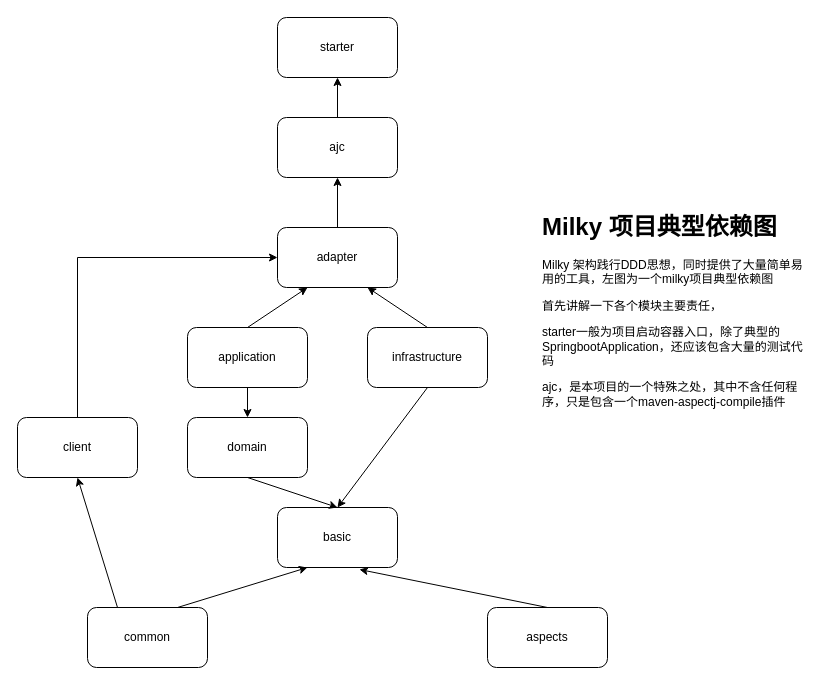
Earlier version of the draw.io diagram page "Page-1" (1 of 2) of demo/dependency-relation.drawio (chuanghou/milky). Source tidied: cells renumbered, new cells numbered last; positions are measured from the earlier drawing's top-left corner, leaving out a move shared by most shapes. Both pictures are drawn from the tidied source at 100%, with x=0, y=0 at pixel (17, 17).
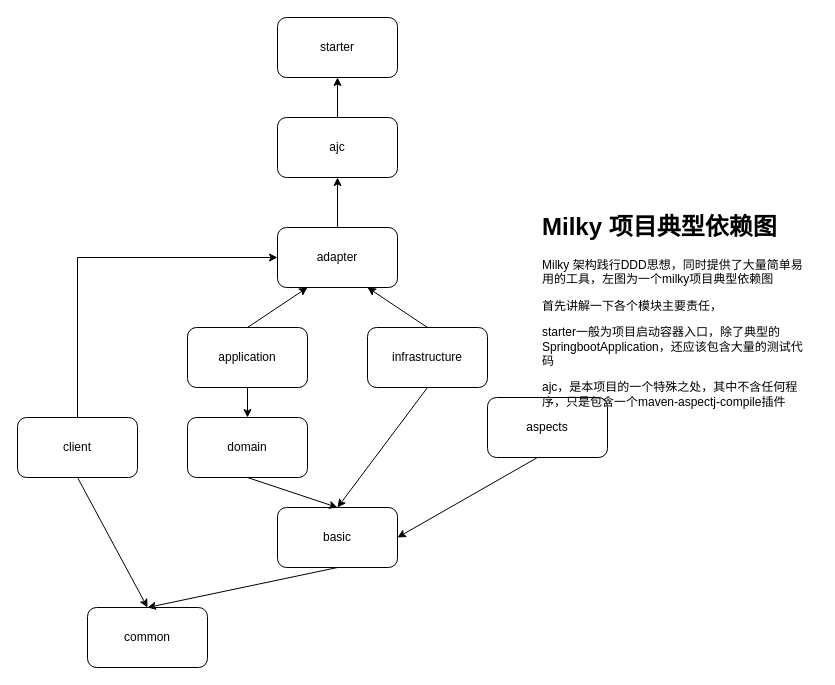
The same diagram, later.

Unchanged cells that the change refers to:
```xml
<mxCell id="9" value="basic" style="rounded=1;whiteSpace=wrap;html=1;" parent="1" vertex="1">
  <mxGeometry x="260" y="490" width="120" height="60" as="geometry" />
</mxCell>
<mxCell id="11" value="client" style="rounded=1;whiteSpace=wrap;html=1;" parent="1" vertex="1">
  <mxGeometry y="400" width="120" height="60" as="geometry" />
</mxCell>
<mxCell id="14" value="common" style="rounded=1;whiteSpace=wrap;html=1;" parent="1" vertex="1">
  <mxGeometry x="70" y="590" width="120" height="60" as="geometry" />
</mxCell>
<mxCell id="22" value="&lt;h1&gt;Milky 项目典型依赖图&lt;/h1&gt;&lt;p&gt;Milky 架构践行DDD思想，同时提供了大量简单易用的工具，左图为一个milky项目典型依赖图&lt;/p&gt;&lt;p&gt;首先讲解一下各个模块主要责任，&lt;/p&gt;&lt;p&gt;starter一般为项目启动容器入口，除了典型的SpringbootApplication，还应该包含大量的测试代码&lt;/p&gt;&lt;p&gt;ajc，是本项目的一个特殊之处，其中不含任何程序，只是包含一个maven-aspectj-compile插件&lt;/p&gt;&lt;p&gt;&lt;br&gt;&lt;/p&gt;" style="text;html=1;strokeColor=none;fillColor=none;spacing=5;spacingTop=-20;whiteSpace=wrap;overflow=hidden;rounded=0;" parent="1" vertex="1">
  <mxGeometry x="520" y="190" width="280" height="390" as="geometry" />
</mxCell>
```

Diff of the diagram source:
```diff
@@
-    <mxCell id="13" style="endArrow=classic;html=1;rounded=0;exitX=0.25;exitY=0;exitDx=0;exitDy=0;entryX=0.5;entryY=1;entryDx=0;entryDy=0;" parent="1" edge="1" source="14" target="11">
-      <mxGeometry relative="1" as="geometry" />
-    </mxCell>
@@
-    <mxCell id="15" style="endArrow=classic;html=1;rounded=0;entryX=0.25;entryY=1;entryDx=0;entryDy=0;exitX=0.75;exitY=0;exitDx=0;exitDy=0;" parent="1" edge="1" source="14" target="9">
-      <mxGeometry relative="1" as="geometry" />
-    </mxCell>
@@
     <mxCell id="20" value="aspects" style="rounded=1;whiteSpace=wrap;html=1;" parent="1" vertex="1">
-      <mxGeometry x="470" y="590" width="120" height="60" as="geometry" />
+      <mxGeometry x="470" y="380" width="120" height="60" as="geometry" />
     </mxCell>
-    <mxCell id="21" style="endArrow=classic;html=1;rounded=0;entryX=0.683;entryY=1.033;entryDx=0;entryDy=0;exitX=0.5;exitY=0;exitDx=0;exitDy=0;entryPerimeter=0;" parent="1" edge="1" source="20" target="9">
-      <mxGeometry relative="1" as="geometry" />
-    </mxCell>
@@
+    <mxCell id="24" style="endArrow=classic;html=1;rounded=0;exitX=0;exitY=0.641;exitDx=0;exitDy=0;entryX=1;entryY=0.5;entryDx=0;entryDy=0;exitPerimeter=0;" parent="1" edge="1" source="22" target="9">
+      <mxGeometry relative="1" as="geometry" />
+    </mxCell>
+    <mxCell id="25" style="endArrow=classic;html=1;rounded=0;exitX=0.5;exitY=1;exitDx=0;exitDy=0;entryX=0.5;entryY=0;entryDx=0;entryDy=0;" parent="1" edge="1" source="9" target="14">
+      <mxGeometry relative="1" as="geometry" />
+    </mxCell>
+    <mxCell id="26" style="endArrow=classic;html=1;rounded=0;entryX=0.5;entryY=0;entryDx=0;entryDy=0;exitX=0.5;exitY=1;exitDx=0;exitDy=0;" parent="1" edge="1" source="11" target="14">
+      <mxGeometry relative="1" as="geometry" />
+    </mxCell>
```
